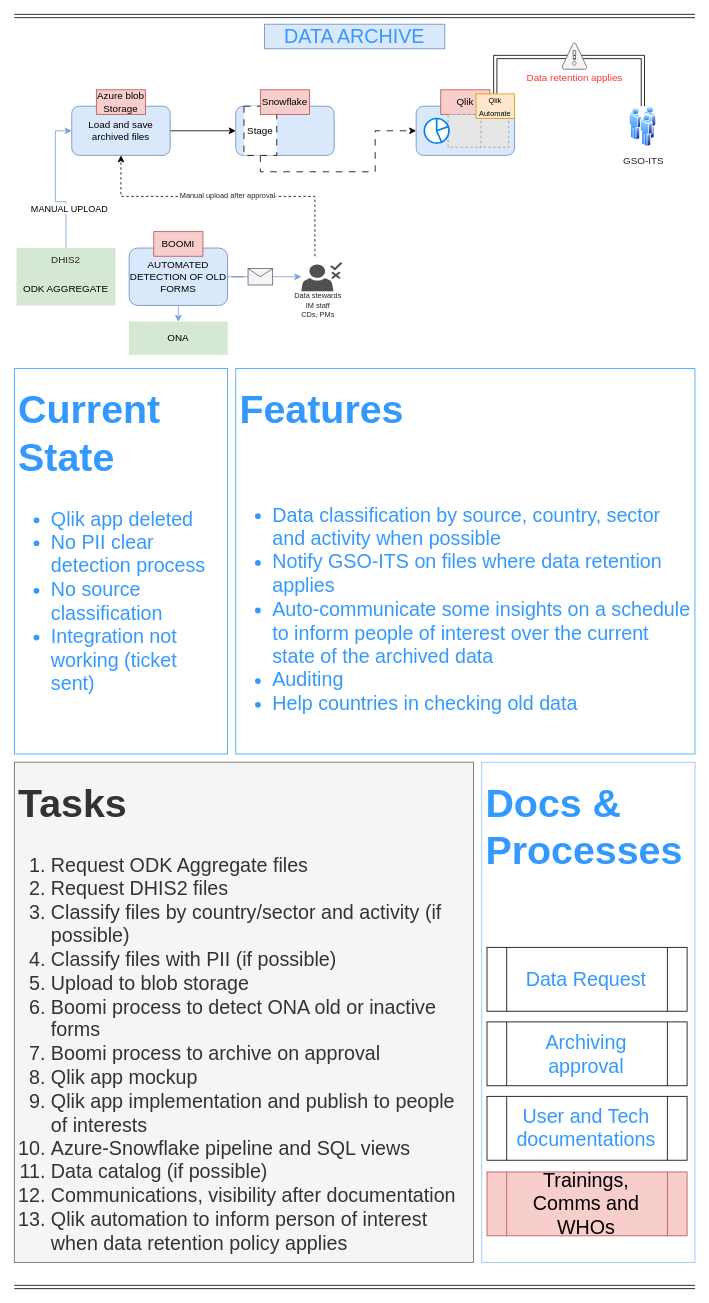
Before: Archives.drawio in Medair/drawio, a draw.io diagram. Source tidied: cells renumbered, new cells numbered last; positions are measured from the earlier drawing's top-left corner, leaving out a move shared by most shapes. Both pictures are drawn from the tidied source at 82%, with x=0, y=0 at pixel (14, 16). Pictures stored in the file or linked from it are replaced by grey dashed boxes.
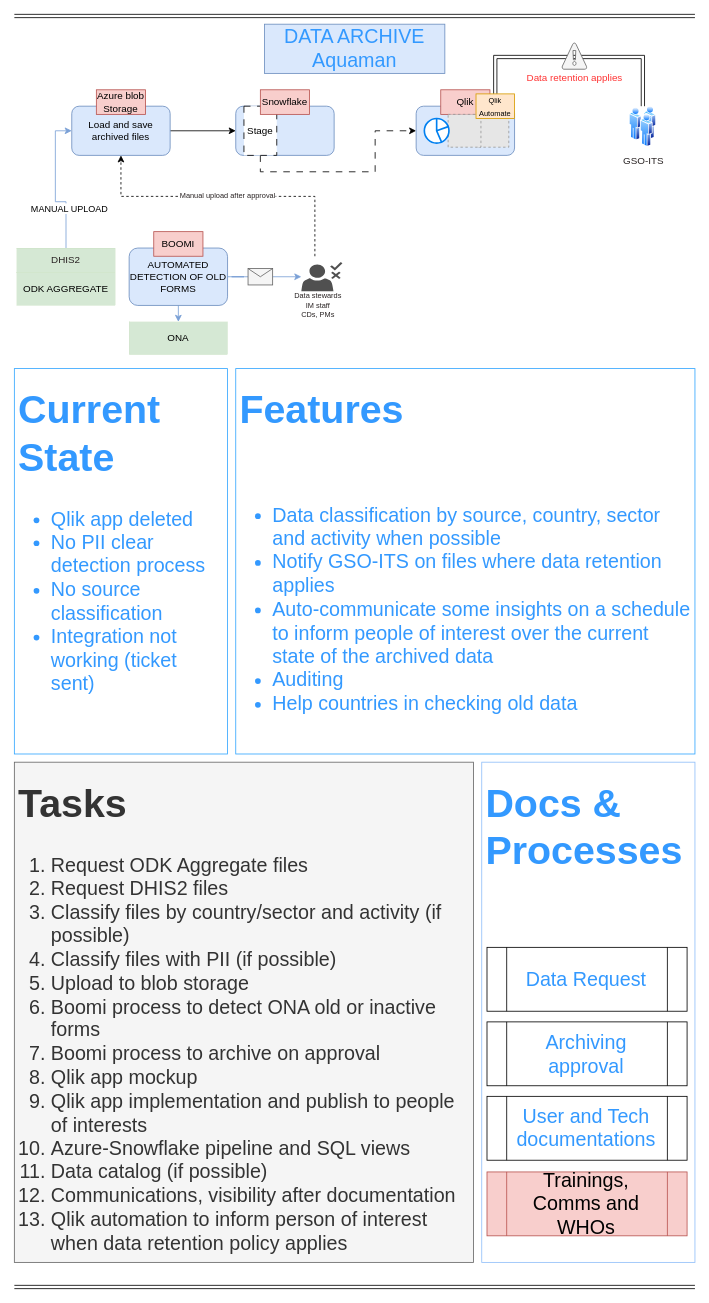
The same diagram, later.

Diff of the diagram source:
```diff
@@
-    <mxCell id="27" value="&lt;font color=&quot;#3399ff&quot; style=&quot;font-size: 24px;&quot;&gt;DATA ARCHIVE&lt;/font&gt;" style="text;html=1;strokeColor=#6c8ebf;fillColor=#dae8fc;align=center;verticalAlign=middle;whiteSpace=wrap;rounded=0;" parent="1" vertex="1">
-      <mxGeometry x="305" y="10" width="220" height="30" as="geometry" />
+    <mxCell id="27" value="&lt;font color=&quot;#3399ff&quot; style=&quot;font-size: 24px;&quot;&gt;DATA ARCHIVE Aquaman&lt;/font&gt;" style="text;html=1;strokeColor=#6c8ebf;fillColor=#dae8fc;align=center;verticalAlign=middle;whiteSpace=wrap;rounded=0;" parent="1" vertex="1">
+      <mxGeometry x="305" y="10" width="220" height="60" as="geometry" />
     </mxCell>
```
